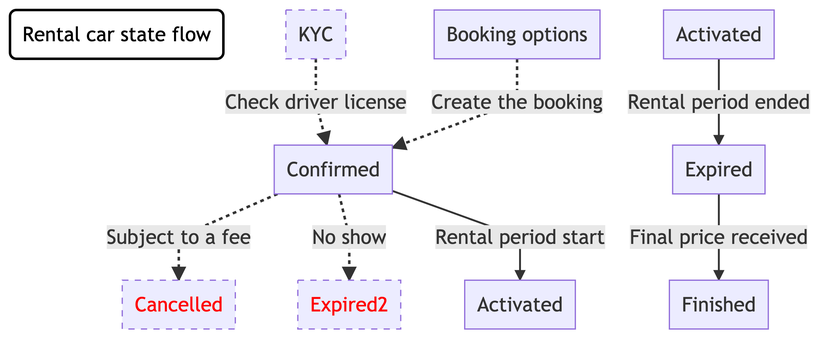
This is specs/workflow/car-rental.png from huksley/maas-tsp-api, a Mermaid export, as it was before one commit. Its source is kept beside it as specs/workflow/car-rental.mmd. Source of this version:
```mermaid
graph TD
  label1(Rental car state flow)
  KYC[KYC] -.->|Check driver license| Confirmed
  Options[Booking options] -.->|Create the booking| Confirmed
  Confirmed -.->|Subject to a fee| Cancelled
  Confirmed -.->|No show| Expired2
  Confirmed -->|Rental period start| Activated
  Activated2[Activated] -->|Rental period ended| Expired
  Expired -->|Final price received| Finished
  style Cancelled color:red,stroke-dasharray: 5, 5
  style label1 stroke-width:2px,color:black,stroke:black,fill:white
  style KYC stroke-dasharray:5,5
  style Expired2 color:red,stroke-dasharray: 5, 5
```
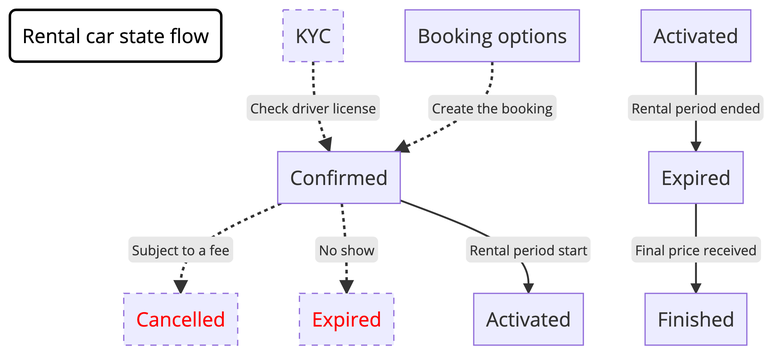
Later version of the same file.

What changed in the source:
```diff
@@ -3,7 +3,7 @@
   KYC[KYC] -.->|Check driver license| Confirmed
   Options[Booking options] -.->|Create the booking| Confirmed
   Confirmed -.->|Subject to a fee| Cancelled
-  Confirmed -.->|No show| Expired2
+  Confirmed -.->|No show| Expired2["Expired"]
   Confirmed -->|Rental period start| Activated
   Activated2[Activated] -->|Rental period ended| Expired
   Expired -->|Final price received| Finished
```
